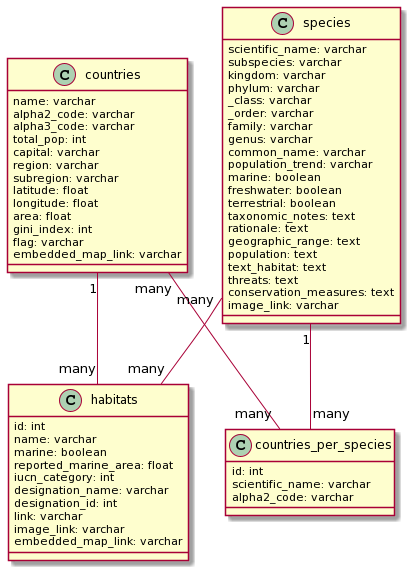
This is uml-diagram.png from danielqu1/critterycovery, a PlantUML export, as it was before one commit. Source of this version:
```plantuml
@startuml
class countries {
name: varchar
alpha2_code: varchar
alpha3_code: varchar
total_pop: int
capital: varchar
region: varchar
subregion: varchar
latitude: float
longitude: float
area: float
gini_index: int
flag: varchar
embedded_map_link: varchar
}

class species {
scientific_name: varchar
subspecies: varchar
kingdom: varchar
phylum: varchar
_class: varchar
_order: varchar
family: varchar
genus: varchar
common_name: varchar
population_trend: varchar
marine: boolean
freshwater: boolean
terrestrial: boolean
taxonomic_notes: text
rationale: text
geographic_range: text
population: text
text_habitat: text
threats: text
conservation_measures: text
image_link: varchar
}

class habitats {
id: int
name: varchar
marine: boolean
reported_marine_area: float
iucn_category: int
designation_name: varchar
designation_id: int
link: varchar
image_link: varchar
embedded_map_link: varchar
}

class countries_per_species {
id: int
scientific_name: varchar
alpha2_code: varchar
}

species "1" -- "many" countries_per_species
countries "many" -- "many" countries_per_species
countries "1" -- "many" habitats
species "many" -- "many" habitats
@enduml
```
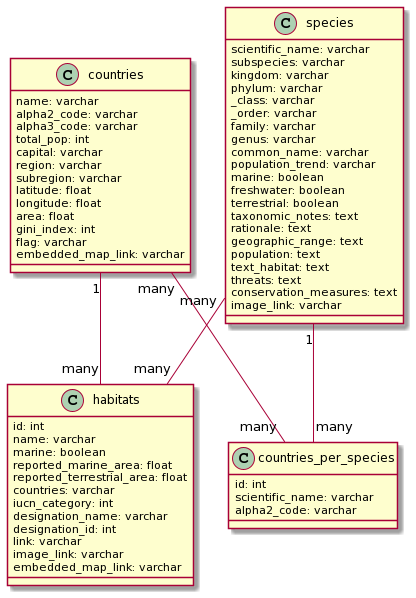
Above is the later version.

Commit message:
forgot 2 fields, updated both uml code and png

Diff of the diagram source:
```diff
@@ -44,6 +44,8 @@
 name: varchar
 marine: boolean
 reported_marine_area: float
+reported_terrestrial_area: float
+countries: varchar
 iucn_category: int
 designation_name: varchar
 designation_id: int
```
